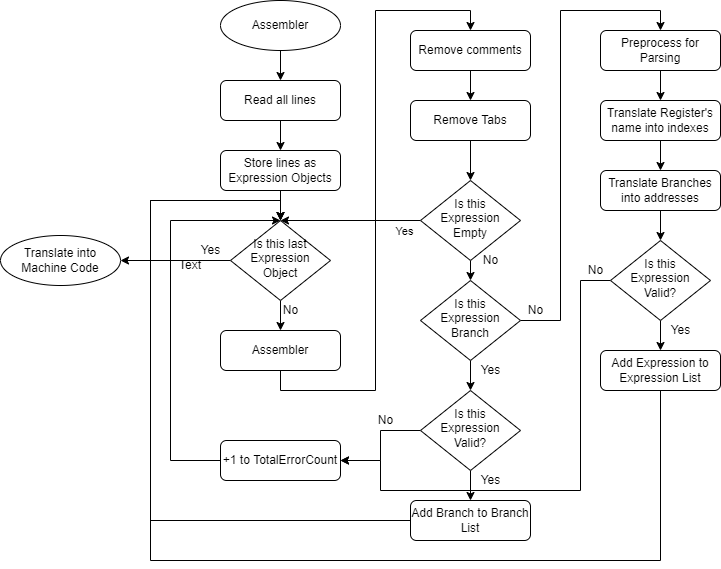
The draw.io diagram github/pics/AssemblerFlowChart.png in gooday2die/MIPSim, before a commit. Source tidied: cells renumbered, new cells last; positions are measured from the earlier drawing's top-left corner, leaving out a move shared by most shapes.
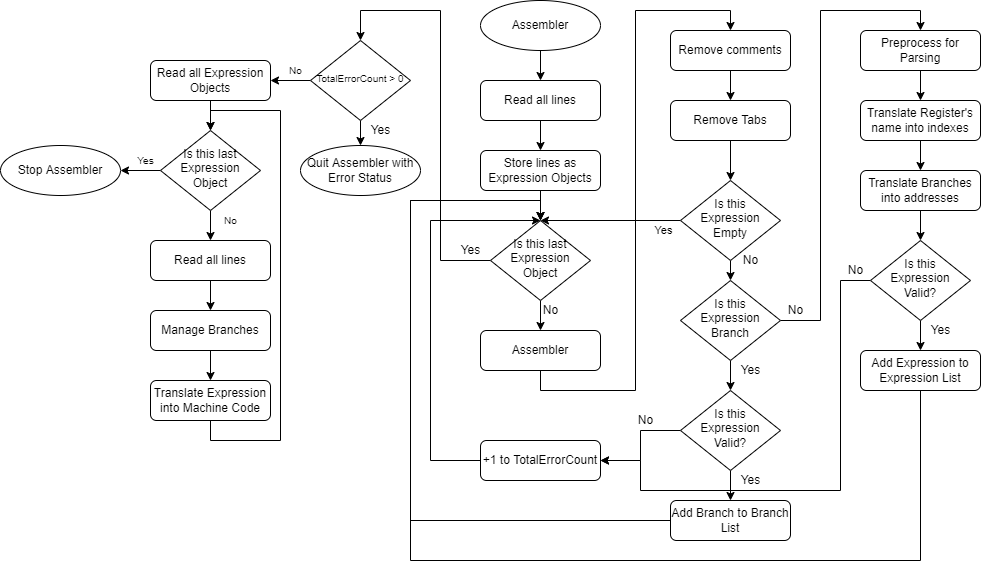
After the change.

Change to the diagram source:
```diff
@@ -48,8 +48,13 @@
     <mxCell id="14" style="edgeStyle=orthogonalEdgeStyle;rounded=0;jettySize=auto;html=1;entryX=0.5;entryY=0;entryDx=0;entryDy=0;" parent="1" edge="1" source="16" target="3">
       <mxGeometry relative="1" as="geometry" />
     </mxCell>
-    <mxCell id="15" style="edgeStyle=orthogonalEdgeStyle;rounded=0;jettySize=auto;html=1;exitX=0;exitY=0.5;exitDx=0;exitDy=0;entryX=1;entryY=0.5;entryDx=0;entryDy=0;" parent="1" edge="1" source="16" target="51">
-      <mxGeometry relative="1" as="geometry" />
+    <mxCell id="15" style="edgeStyle=orthogonalEdgeStyle;rounded=0;jettySize=auto;html=1;exitX=0;exitY=0.5;exitDx=0;exitDy=0;entryX=0.5;entryY=0;entryDx=0;entryDy=0;" parent="1" edge="1" source="16" target="55">
+      <mxGeometry relative="1" as="geometry">
+        <Array as="points">
+          <mxPoint x="180" y="260" />
+          <mxPoint x="180" y="10" />
+        </Array>
+      </mxGeometry>
     </mxCell>
     <mxCell id="16" value="Is this last Expression Object" style="rhombus;whiteSpace=wrap;html=1;shadow=0;fontFamily=Helvetica;fontSize=12;align=center;strokeWidth=1;spacing=6;spacingTop=-4;" parent="1" vertex="1">
       <mxGeometry x="230" y="220" width="100" height="80" as="geometry" />
@@ -185,11 +190,74 @@
     <mxCell id="50" value="Yes" style="text;html=1;align=center;verticalAlign=middle;strokeColor=none;fillColor=none;" parent="1" vertex="1">
       <mxGeometry x="190" y="240" width="40" height="20" as="geometry" />
     </mxCell>
-    <mxCell id="51" value="Translate into Machine Code" style="ellipse;whiteSpace=wrap;html=1;" parent="1" vertex="1">
-      <mxGeometry y="235" width="120" height="50" as="geometry" />
-    </mxCell>
-    <mxCell id="52" value="Text" style="text;html=1;strokeColor=none;fillColor=none;align=center;verticalAlign=middle;whiteSpace=wrap;rounded=0;" parent="1" vertex="1">
-      <mxGeometry x="160" y="250" width="60" height="30" as="geometry" />
-    </mxCell>
+    <mxCell id="53" style="edgeStyle=orthogonalEdgeStyle;rounded=0;jettySize=auto;html=1;exitX=0.5;exitY=1;exitDx=0;exitDy=0;" parent="1" edge="1" source="55" target="57">
+      <mxGeometry relative="1" as="geometry" />
+    </mxCell>
+    <mxCell id="54" style="edgeStyle=orthogonalEdgeStyle;rounded=0;jettySize=auto;html=1;exitX=0;exitY=0.5;exitDx=0;exitDy=0;entryX=1;entryY=0.5;entryDx=0;entryDy=0;fontSize=10;" parent="1" edge="1" source="55" target="60">
+      <mxGeometry relative="1" as="geometry" />
+    </mxCell>
+    <mxCell id="55" value="&lt;font style=&quot;font-size: 10px&quot;&gt;TotalErrorCount &amp;gt; 0&lt;/font&gt;" style="rhombus;whiteSpace=wrap;html=1;shadow=0;fontFamily=Helvetica;fontSize=12;align=center;strokeWidth=1;spacing=6;spacingTop=-4;" parent="1" vertex="1">
+      <mxGeometry x="50" y="40" width="100" height="80" as="geometry" />
+    </mxCell>
+    <mxCell id="56" value="Stop Assembler" style="ellipse;whiteSpace=wrap;html=1;" parent="1" vertex="1">
+      <mxGeometry x="-260" y="145" width="120" height="50" as="geometry" />
+    </mxCell>
+    <mxCell id="57" value="Quit Assembler with Error Status" style="ellipse;whiteSpace=wrap;html=1;" parent="1" vertex="1">
+      <mxGeometry x="40" y="145" width="120" height="50" as="geometry" />
+    </mxCell>
+    <mxCell id="58" value="Yes" style="text;html=1;align=center;verticalAlign=middle;strokeColor=none;fillColor=none;" parent="1" vertex="1">
+      <mxGeometry x="100" y="120" width="40" height="20" as="geometry" />
+    </mxCell>
+    <mxCell id="59" style="edgeStyle=orthogonalEdgeStyle;rounded=0;jettySize=auto;html=1;exitX=0.5;exitY=1;exitDx=0;exitDy=0;fontSize=10;" parent="1" edge="1" source="60">
+      <mxGeometry relative="1" as="geometry">
+        <mxPoint x="-50" y="130" as="targetPoint" />
+      </mxGeometry>
+    </mxCell>
+    <mxCell id="60" value="Read all Expression Objects" style="rounded=1;whiteSpace=wrap;html=1;fontSize=12;glass=0;strokeWidth=1;shadow=0;" parent="1" vertex="1">
+      <mxGeometry x="-110" y="60" width="120" height="40" as="geometry" />
+    </mxCell>
+    <mxCell id="61" value="No" style="text;html=1;align=center;verticalAlign=middle;strokeColor=none;fillColor=none;fontSize=10;" parent="1" vertex="1">
+      <mxGeometry x="20" y="60" width="30" height="20" as="geometry" />
+    </mxCell>
+    <mxCell id="62" style="edgeStyle=orthogonalEdgeStyle;rounded=0;jettySize=auto;html=1;exitX=0.5;exitY=1;exitDx=0;exitDy=0;entryX=0.5;entryY=0;entryDx=0;entryDy=0;fontSize=10;" parent="1" edge="1" source="63" target="70">
+      <mxGeometry relative="1" as="geometry" />
+    </mxCell>
+    <mxCell id="63" value="Read all lines" style="rounded=1;whiteSpace=wrap;html=1;fontSize=12;glass=0;strokeWidth=1;shadow=0;" parent="1" vertex="1">
+      <mxGeometry x="-110" y="240" width="120" height="40" as="geometry" />
+    </mxCell>
+    <mxCell id="64" style="edgeStyle=orthogonalEdgeStyle;rounded=0;jettySize=auto;html=1;exitX=0.5;exitY=1;exitDx=0;exitDy=0;entryX=0.5;entryY=0;entryDx=0;entryDy=0;fontSize=10;" parent="1" edge="1" source="66" target="63">
+      <mxGeometry relative="1" as="geometry" />
+    </mxCell>
+    <mxCell id="65" style="edgeStyle=orthogonalEdgeStyle;rounded=0;jettySize=auto;html=1;exitX=0;exitY=0.5;exitDx=0;exitDy=0;entryX=1;entryY=0.5;entryDx=0;entryDy=0;fontSize=10;" parent="1" edge="1" source="66" target="56">
+      <mxGeometry relative="1" as="geometry" />
+    </mxCell>
+    <mxCell id="66" value="Is this last Expression Object" style="rhombus;whiteSpace=wrap;html=1;shadow=0;fontFamily=Helvetica;fontSize=12;align=center;strokeWidth=1;spacing=6;spacingTop=-4;" parent="1" vertex="1">
+      <mxGeometry x="-100" y="130" width="100" height="80" as="geometry" />
+    </mxCell>
+    <mxCell id="67" value="No" style="text;html=1;align=center;verticalAlign=middle;strokeColor=none;fillColor=none;fontSize=10;" parent="1" vertex="1">
+      <mxGeometry x="-45" y="210" width="30" height="20" as="geometry" />
+    </mxCell>
+    <mxCell id="68" value="Yes" style="text;html=1;align=center;verticalAlign=middle;strokeColor=none;fillColor=none;fontSize=10;" parent="1" vertex="1">
+      <mxGeometry x="-130" y="150" width="30" height="20" as="geometry" />
+    </mxCell>
+    <mxCell id="69" style="edgeStyle=orthogonalEdgeStyle;rounded=0;jettySize=auto;html=1;exitX=0.5;exitY=1;exitDx=0;exitDy=0;fontSize=10;" parent="1" edge="1" source="70" target="72">
+      <mxGeometry relative="1" as="geometry" />
+    </mxCell>
+    <mxCell id="70" value="Manage Branches" style="rounded=1;whiteSpace=wrap;html=1;fontSize=12;glass=0;strokeWidth=1;shadow=0;" parent="1" vertex="1">
+      <mxGeometry x="-110" y="310" width="120" height="40" as="geometry" />
+    </mxCell>
+    <mxCell id="71" style="edgeStyle=orthogonalEdgeStyle;rounded=0;jettySize=auto;html=1;exitX=0.5;exitY=1;exitDx=0;exitDy=0;entryX=0.5;entryY=0;entryDx=0;entryDy=0;fontSize=10;" parent="1" edge="1" source="72" target="66">
+      <mxGeometry relative="1" as="geometry">
+        <Array as="points">
+          <mxPoint x="-50" y="440" />
+          <mxPoint x="20" y="440" />
+          <mxPoint x="20" y="110" />
+          <mxPoint x="-50" y="110" />
+        </Array>
+      </mxGeometry>
+    </mxCell>
+    <mxCell id="72" value="Translate Expression into Machine Code" style="rounded=1;whiteSpace=wrap;html=1;fontSize=12;glass=0;strokeWidth=1;shadow=0;" parent="1" vertex="1">
+      <mxGeometry x="-110" y="380" width="120" height="40" as="geometry" />
+    </mxCell>
   </root>
 </mxGraphModel>
```
